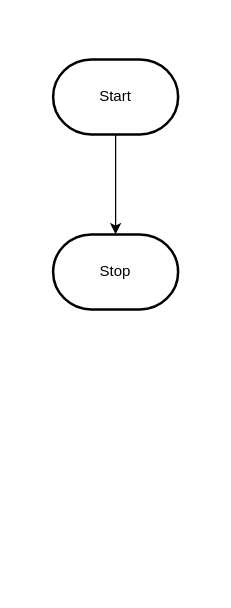
MTHS-TEJ2O-1-2023/TEJ2O-Unit-5-06-sophie-nguyen-0 keeps this draw.io diagram as design/flowchart.drawio. Above is the earlier version. Source tidied: cells renumbered, new cells numbered last; positions are measured from the earlier drawing's top-left corner, leaving out a move shared by most shapes. Both pictures are drawn from the tidied source at 125%, with x=0, y=0 at pixel (52, 59).
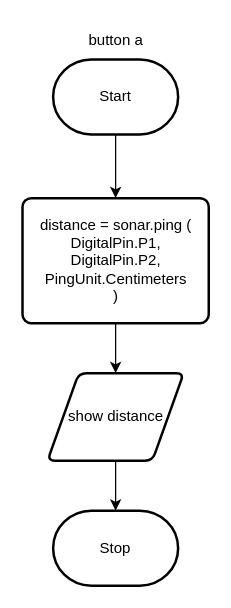
The same page after the edit.

Diff of the diagram source:
```diff
@@
 <mxGraphModel>
   <root>
     <mxCell id="0" />
     <mxCell id="1" parent="0" />
-    <mxCell id="2" style="edgeStyle=orthogonalEdgeStyle;html=1;rounded=0;" parent="1" edge="1" source="3" target="4">
-      <mxGeometry relative="1" as="geometry" />
-    </mxCell>
+    <mxCell id="5" style="edgeStyle=none;html=1;" parent="1" edge="1" source="3" target="7">
+      <mxGeometry relative="1" as="geometry" />
+    </mxCell>
     <mxCell id="3" value="Start" style="strokeWidth=2;html=1;shape=mxgraph.flowchart.terminator;whiteSpace=wrap;" parent="1" vertex="1">
       <mxGeometry width="100" height="60" as="geometry" />
     </mxCell>
     <mxCell id="4" value="Stop" style="strokeWidth=2;html=1;shape=mxgraph.flowchart.terminator;whiteSpace=wrap;" parent="1" vertex="1">
-      <mxGeometry y="140" width="100" height="60" as="geometry" />
+      <mxGeometry y="361" width="100" height="60" as="geometry" />
     </mxCell>
+    <mxCell id="2" value="button a" style="text;html=1;align=center;verticalAlign=middle;strokeColor=none;fillColor=none;" parent="1" vertex="1">
+      <mxGeometry x="15" y="-30" width="70" height="30" as="geometry" />
+    </mxCell>
+    <mxCell id="6" style="edgeStyle=none;html=1;" parent="1" edge="1" source="7" target="9">
+      <mxGeometry relative="1" as="geometry" />
+    </mxCell>
+    <mxCell id="7" value="distance = sonar.ping (&lt;br&gt;DigitalPin.P1,&lt;br&gt;DigitalPin.P2,&lt;br&gt;PingUnit.Centimeters&lt;br&gt;)" style="rounded=1;whiteSpace=wrap;html=1;absoluteArcSize=1;arcSize=14;strokeWidth=2;" parent="1" vertex="1">
+      <mxGeometry x="-24.5" y="111" width="149" height="100" as="geometry" />
+    </mxCell>
+    <mxCell id="8" style="edgeStyle=none;html=1;" parent="1" edge="1" source="9" target="4">
+      <mxGeometry relative="1" as="geometry" />
+    </mxCell>
+    <mxCell id="9" value="show distance" style="shape=parallelogram;html=1;strokeWidth=2;perimeter=parallelogramPerimeter;whiteSpace=wrap;rounded=1;arcSize=12;size=0.23;" parent="1" vertex="1">
+      <mxGeometry x="-4.5" y="251" width="109" height="70" as="geometry" />
+    </mxCell>
   </root>
 </mxGraphModel>
```
